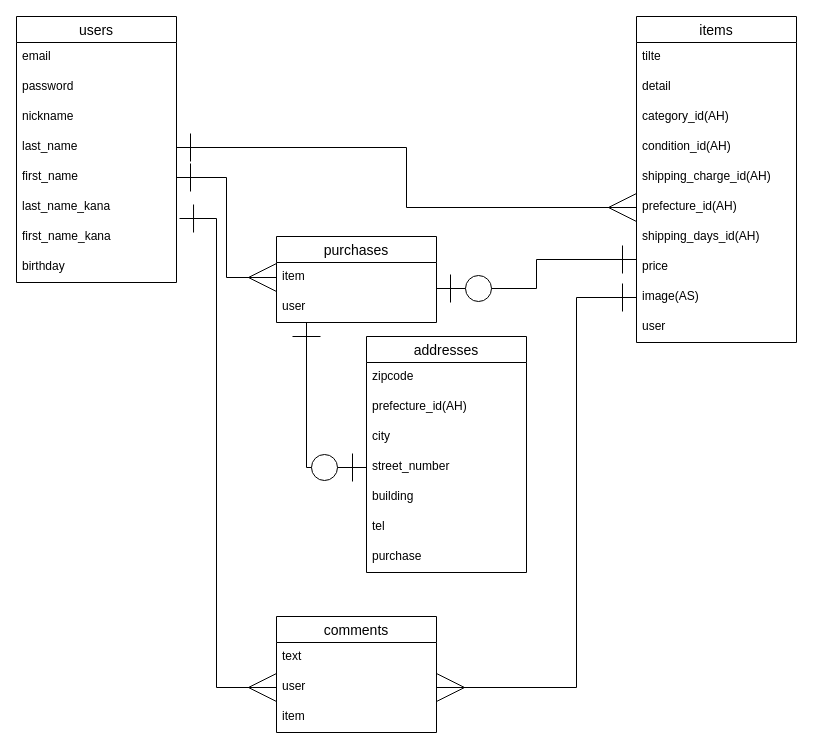
Above: furima.dio in mittz333/furima-32371 (draw.io), before the change. Source tidied: cells renumbered, new cells numbered last; positions are measured from the earlier drawing's top-left corner, leaving out a move shared by most shapes. Both pictures are drawn from the tidied source at 100%, with x=0, y=0 at pixel (16, 16).
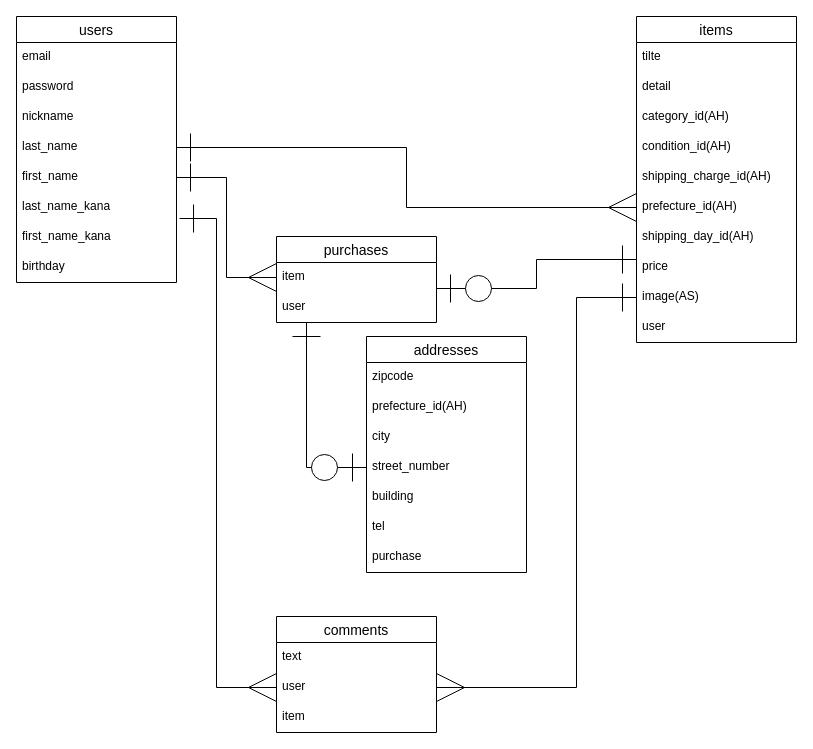
After the change.

The change refers to these unchanged cells:
```xml
<mxCell id="11" value="items" style="swimlane;fontStyle=0;horizontal=1;startSize=26;align=center;fontSize=14;" parent="1" vertex="1">
  <mxGeometry x="620" width="160" height="326" as="geometry" />
</mxCell>
```

Change to the diagram source:
```diff
@@
-    <mxCell id="18" value="shipping_days_id(AH)" style="text;strokeColor=none;fillColor=none;spacingLeft=4;spacingRight=4;overflow=hidden;fontSize=12;" parent="11" vertex="1">
+    <mxCell id="18" value="shipping_day_id(AH)" style="text;strokeColor=none;fillColor=none;spacingLeft=4;spacingRight=4;overflow=hidden;fontSize=12;" parent="11" vertex="1">
       <mxGeometry y="206" width="160" height="30" as="geometry" />
     </mxCell>
```
